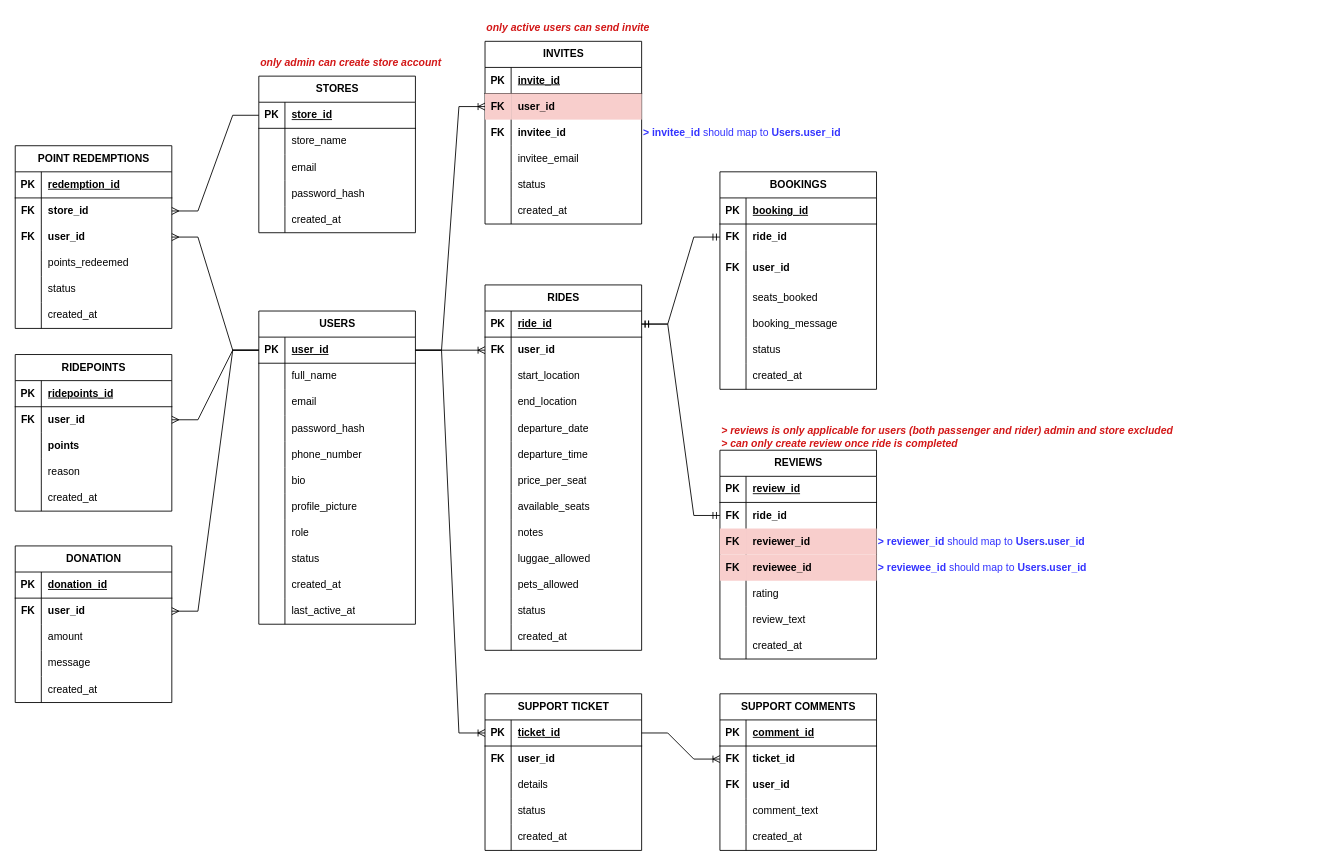
Above: BCITGO_V6_ERD.drawio in dannievera/BCITGO_V6 (draw.io), before the change. Source tidied: cells renumbered, new cells numbered last; positions are measured from the earlier drawing's top-left corner, leaving out a move shared by most shapes. Both pictures are drawn from the tidied source at 87%, with x=0, y=0 at pixel (-185, 15).
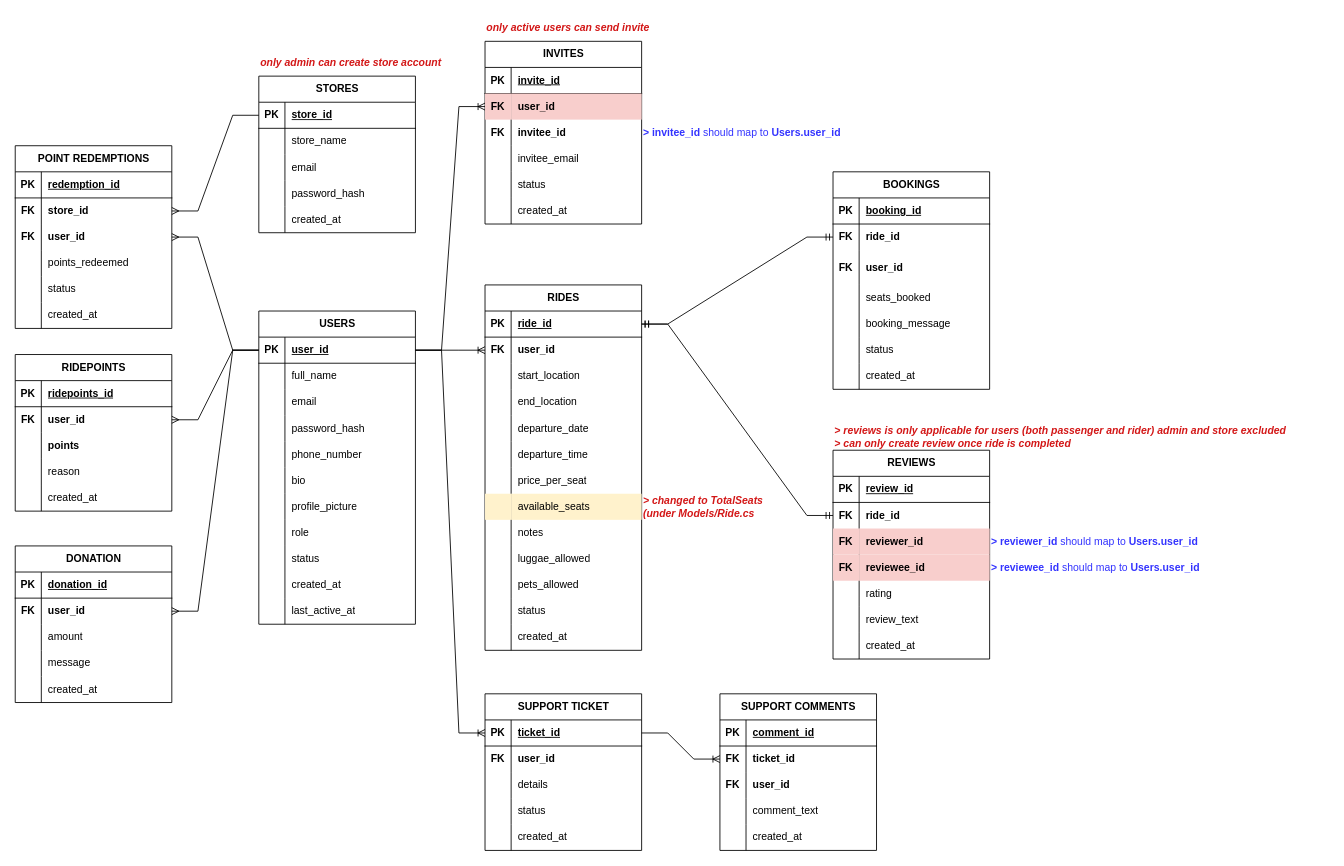
After the change.

The change refers to these unchanged cells:
```xml
<mxCell id="58" style="shape=tableRow;horizontal=0;startSize=0;swimlaneHead=0;swimlaneBody=0;fillColor=none;top=0;left=0;right=0;bottom=0;" parent="36" vertex="1">
  <mxGeometry y="240" width="180" height="30" as="geometry" />
</mxCell>
```

The edit, as a diff of the source:
```diff
@@
-    <mxCell id="59" style="shape=partialRectangle;fillColor=none;top=0;left=0;bottom=0;right=0;overflow=hidden;whiteSpace=wrap;html=1;" parent="58" vertex="1">
+    <mxCell id="59" style="shape=partialRectangle;fillColor=#fff2cc;top=0;left=0;bottom=0;right=0;overflow=hidden;whiteSpace=wrap;html=1;strokeColor=#d6b656;" parent="58" vertex="1">
       <mxGeometry width="30" height="30" as="geometry" />
     </mxCell>
-    <mxCell id="60" value="available_seats" style="shape=partialRectangle;fillColor=none;top=0;left=0;bottom=0;right=0;align=left;spacingLeft=6;overflow=hidden;whiteSpace=wrap;html=1;" parent="58" vertex="1">
+    <mxCell id="60" value="available_seats&amp;nbsp;" style="shape=partialRectangle;fillColor=#fff2cc;top=0;left=0;bottom=0;right=0;align=left;spacingLeft=6;overflow=hidden;whiteSpace=wrap;html=1;strokeColor=#d6b656;" parent="58" vertex="1">
       <mxGeometry x="30" width="150" height="30" as="geometry" />
     </mxCell>
@@
     <mxCell id="77" value="BOOKINGS" style="shape=table;startSize=30;childLayout=tableLayout;rowLines=0;fontStyle=1;align=center;html=1;" parent="1" vertex="1">
-      <mxGeometry x="1040" y="180" width="180" height="250" as="geometry" />
+      <mxGeometry x="1170" y="180" width="180" height="250" as="geometry" />
     </mxCell>
@@
     <mxCell id="188" style="group;" parent="1" vertex="1">
-      <mxGeometry x="1040" y="500" width="430" height="240" as="geometry" />
+      <mxGeometry x="1170" y="500" width="430" height="240" as="geometry" />
     </mxCell>
@@
     <mxCell id="236" value="&lt;b&gt;&lt;i&gt;&lt;font style=&quot;color: light-dark(rgb(211, 23, 23), rgb(237, 237, 237));&quot;&gt;&amp;gt; reviews is only applicable for users (both passenger and rider) admin and store excluded&lt;br&gt;&amp;gt; can only create review once ride is completed&lt;/font&gt;&lt;/i&gt;&lt;/b&gt;" style="text;html=1;align=left;verticalAlign=middle;whiteSpace=wrap;rounded=0;" parent="1" vertex="1">
-      <mxGeometry x="1040" y="470" width="570" height="30" as="geometry" />
+      <mxGeometry x="1170" y="470" width="570" height="30" as="geometry" />
     </mxCell>
@@
+    <mxCell id="255" value="&lt;font color=&quot;#d31717&quot;&gt;&lt;b&gt;&lt;i&gt;&amp;gt; changed to TotalSeats (under Models/Ride.cs&lt;/i&gt;&lt;/b&gt;&lt;/font&gt;" style="text;html=1;align=left;verticalAlign=middle;whiteSpace=wrap;rounded=0;" parent="1" vertex="1">
+      <mxGeometry x="950" y="550" width="150" height="30" as="geometry" />
+    </mxCell>
```
